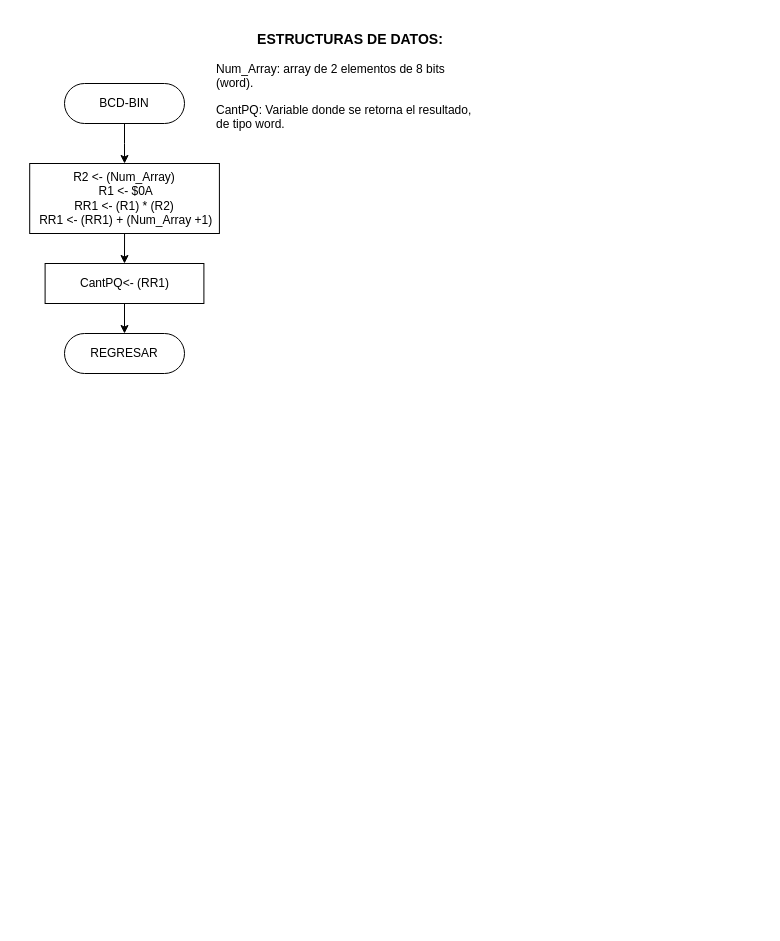
Above: Tareas/T5/diagramas/drawio/BCD-BIN.drawio in moisotico/Microprocesadores (draw.io), before the change. Source tidied: cells renumbered, new cells numbered last; positions are measured from the earlier drawing's top-left corner, leaving out a move shared by most shapes. Both pictures are drawn from the tidied source at 100%, with x=0, y=0 at pixel (29, 43).
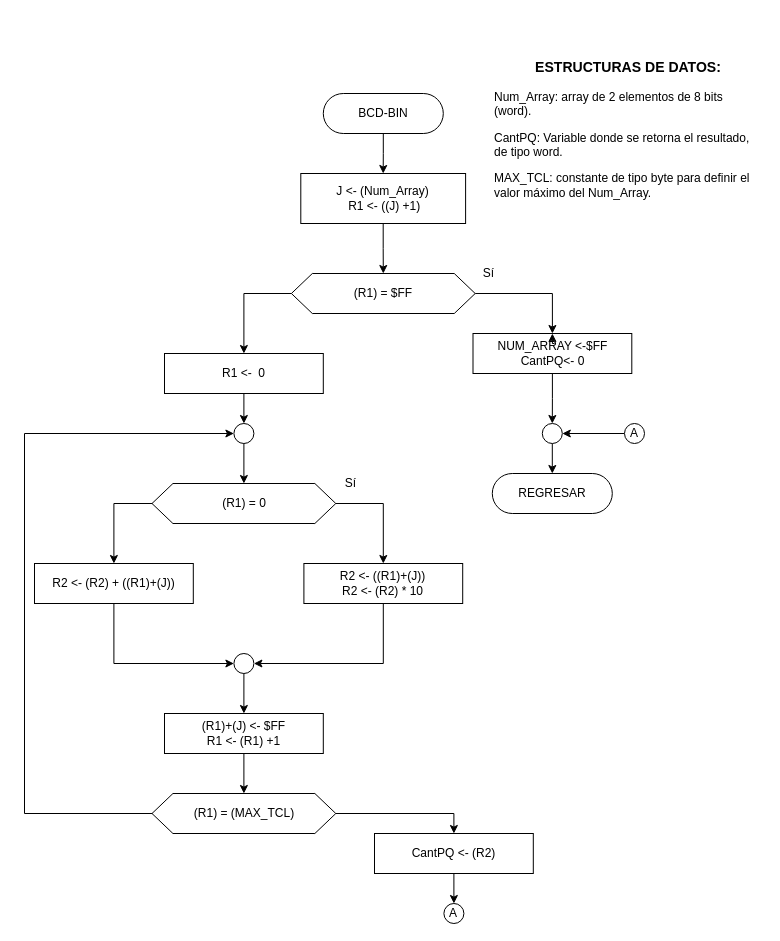
After the change.

What changed in the source:
```diff
@@
     <mxCell id="3" value="BCD-BIN" style="rounded=1;whiteSpace=wrap;html=1;fontSize=12;glass=0;strokeWidth=1;shadow=0;arcSize=50;" parent="1" vertex="1">
-      <mxGeometry x="35" y="40" width="120" height="40" as="geometry" />
+      <mxGeometry x="293.8" y="50" width="120" height="40" as="geometry" />
     </mxCell>
-    <mxCell id="4" value="&lt;h3 style=&quot;text-align: center&quot;&gt;ESTRUCTURAS DE DATOS:&lt;/h3&gt;&lt;p&gt;Num_Array: array de 2 elementos de 8 bits (word).&lt;/p&gt;&lt;p&gt;&lt;span&gt;CantPQ: Variable donde se retorna el resultado, de tipo word.&amp;nbsp;&lt;/span&gt;&lt;br&gt;&lt;/p&gt;&lt;p&gt;&lt;br&gt;&lt;/p&gt;" style="text;html=1;strokeColor=none;fillColor=none;align=left;verticalAlign=middle;whiteSpace=wrap;rounded=0;" parent="1" vertex="1">
-      <mxGeometry x="184.7" width="270" height="100" as="geometry" />
+    <mxCell id="4" value="&lt;h3 style=&quot;text-align: center&quot;&gt;ESTRUCTURAS DE DATOS:&lt;/h3&gt;&lt;p&gt;Num_Array: array de 2 elementos de 8 bits (word).&lt;/p&gt;&lt;p&gt;&lt;span&gt;CantPQ: Variable donde se retorna el resultado, de tipo word.&amp;nbsp;&lt;/span&gt;&lt;br&gt;&lt;/p&gt;&lt;p&gt;MAX_TCL: constante de tipo byte para definir el valor máximo del Num_Array.&lt;/p&gt;" style="text;html=1;strokeColor=none;fillColor=none;align=left;verticalAlign=middle;whiteSpace=wrap;rounded=0;" parent="1" vertex="1">
+      <mxGeometry x="462.8" y="10" width="270" height="150" as="geometry" />
     </mxCell>
-    <mxCell id="5" style="edgeStyle=orthogonalEdgeStyle;rounded=0;jettySize=auto;html=1;exitX=0.5;exitY=1;exitDx=0;exitDy=0;entryX=0.5;entryY=0;entryDx=0;entryDy=0;" parent="1" edge="1" source="6" target="8">
-      <mxGeometry relative="1" as="geometry" />
-    </mxCell>
+    <mxCell id="10" style="edgeStyle=orthogonalEdgeStyle;rounded=0;jettySize=auto;html=1;exitX=0.5;exitY=1;exitDx=0;exitDy=0;" parent="1" edge="1" source="6" target="14">
+      <mxGeometry relative="1" as="geometry" />
+    </mxCell>
-    <mxCell id="6" value="R2 &amp;lt;- (Num_Array)&lt;br&gt;&amp;nbsp;R1 &amp;lt;- $0A&lt;br&gt;RR1 &amp;lt;- (R1) * (R2)&lt;br&gt;&amp;nbsp;RR1 &amp;lt;- (RR1) + (Num_Array +1)" style="rounded=0;whiteSpace=wrap;html=1;" parent="1" vertex="1">
-      <mxGeometry x="0.2" y="120" width="189.7" height="70" as="geometry" />
+    <mxCell id="6" value="J &amp;lt;- (Num_Array)&lt;br&gt;&amp;nbsp;R1 &amp;lt;- ((J) +1)&lt;br&gt;" style="rounded=0;whiteSpace=wrap;html=1;" parent="1" vertex="1">
+      <mxGeometry x="271.3" y="130" width="164.8" height="50" as="geometry" />
     </mxCell>
-    <mxCell id="7" style="edgeStyle=orthogonalEdgeStyle;rounded=0;jettySize=auto;html=1;exitX=0.5;exitY=1;exitDx=0;exitDy=0;entryX=0.5;entryY=0;entryDx=0;entryDy=0;" parent="1" edge="1" source="8" target="9">
-      <mxGeometry relative="1" as="geometry" />
-    </mxCell>
+    <mxCell id="11" style="edgeStyle=orthogonalEdgeStyle;rounded=0;jettySize=auto;html=1;exitX=0.5;exitY=1;exitDx=0;exitDy=0;entryX=0.5;entryY=0;entryDx=0;entryDy=0;" parent="1" edge="1" source="8" target="39">
+      <mxGeometry relative="1" as="geometry" />
+    </mxCell>
-    <mxCell id="8" value="CantPQ&amp;lt;- (RR1)" style="rounded=0;whiteSpace=wrap;html=1;" parent="1" vertex="1">
-      <mxGeometry x="15.6" y="220" width="158.8" height="40" as="geometry" />
+    <mxCell id="8" value="NUM_ARRAY &amp;lt;-$FF&lt;br&gt;CantPQ&amp;lt;- 0" style="rounded=0;whiteSpace=wrap;html=1;" parent="1" vertex="1">
+      <mxGeometry x="443.5" y="290" width="158.8" height="40" as="geometry" />
     </mxCell>
     <mxCell id="9" value="REGRESAR" style="rounded=1;whiteSpace=wrap;html=1;fontSize=12;glass=0;strokeWidth=1;shadow=0;arcSize=50;" parent="1" vertex="1">
-      <mxGeometry x="35" y="290" width="120" height="40" as="geometry" />
+      <mxGeometry x="462.8" y="430" width="120" height="40" as="geometry" />
     </mxCell>
+    <mxCell id="12" style="edgeStyle=orthogonalEdgeStyle;rounded=0;jettySize=auto;html=1;exitX=0;exitY=0.5;exitDx=0;exitDy=0;" parent="1" edge="1" source="14" target="17">
+      <mxGeometry relative="1" as="geometry" />
+    </mxCell>
+    <mxCell id="13" style="edgeStyle=orthogonalEdgeStyle;rounded=0;jettySize=auto;html=1;exitX=1;exitY=0.5;exitDx=0;exitDy=0;entryX=0.5;entryY=0;entryDx=0;entryDy=0;" parent="1" edge="1" source="14" target="8">
+      <mxGeometry relative="1" as="geometry" />
+    </mxCell>
+    <mxCell id="14" value="(R1) = $FF" style="shape=hexagon;perimeter=hexagonPerimeter2;whiteSpace=wrap;html=1;size=0.11394117647058827;" parent="1" vertex="1">
+      <mxGeometry x="261.9" y="230" width="183.8" height="40" as="geometry" />
+    </mxCell>
+    <mxCell id="15" value="Sí" style="text;html=1;align=center;verticalAlign=middle;" parent="1" vertex="1">
+      <mxGeometry x="443.5" y="220" width="30" height="20" as="geometry" />
+    </mxCell>
+    <mxCell id="16" style="edgeStyle=orthogonalEdgeStyle;rounded=0;jettySize=auto;html=1;exitX=0.5;exitY=1;exitDx=0;exitDy=0;entryX=0.5;entryY=0;entryDx=0;entryDy=0;" parent="1" edge="1" source="17" target="22">
+      <mxGeometry relative="1" as="geometry" />
+    </mxCell>
+    <mxCell id="17" value="R1 &amp;lt;-&amp;nbsp; 0" style="rounded=0;whiteSpace=wrap;html=1;" parent="1" vertex="1">
+      <mxGeometry x="135" y="310" width="158.8" height="40" as="geometry" />
+    </mxCell>
+    <mxCell id="18" style="edgeStyle=orthogonalEdgeStyle;rounded=0;jettySize=auto;html=1;exitX=0;exitY=0.5;exitDx=0;exitDy=0;" parent="1" edge="1" source="20" target="27">
+      <mxGeometry relative="1" as="geometry" />
+    </mxCell>
+    <mxCell id="19" style="edgeStyle=orthogonalEdgeStyle;rounded=0;jettySize=auto;html=1;exitX=1;exitY=0.5;exitDx=0;exitDy=0;" parent="1" edge="1" source="20" target="25">
+      <mxGeometry relative="1" as="geometry" />
+    </mxCell>
+    <mxCell id="20" value="(R1) = 0" style="shape=hexagon;perimeter=hexagonPerimeter2;whiteSpace=wrap;html=1;size=0.11394117647058827;" parent="1" vertex="1">
+      <mxGeometry x="122.5" y="440" width="183.8" height="40" as="geometry" />
+    </mxCell>
+    <mxCell id="21" style="edgeStyle=orthogonalEdgeStyle;rounded=0;jettySize=auto;html=1;exitX=0.5;exitY=1;exitDx=0;exitDy=0;entryX=0.5;entryY=0;entryDx=0;entryDy=0;" parent="1" edge="1" source="22" target="20">
+      <mxGeometry relative="1" as="geometry" />
+    </mxCell>
+    <mxCell id="22" style="ellipse;whiteSpace=wrap;html=1;" parent="1" vertex="1">
+      <mxGeometry x="204.4" y="380" width="20" height="20" as="geometry" />
+    </mxCell>
+    <mxCell id="23" value="Sí" style="text;html=1;align=center;verticalAlign=middle;" parent="1" vertex="1">
+      <mxGeometry x="306.3" y="430" width="30" height="20" as="geometry" />
+    </mxCell>
+    <mxCell id="24" style="edgeStyle=orthogonalEdgeStyle;rounded=0;jettySize=auto;html=1;exitX=0.5;exitY=1;exitDx=0;exitDy=0;entryX=1;entryY=0.5;entryDx=0;entryDy=0;" parent="1" edge="1" source="25" target="29">
+      <mxGeometry relative="1" as="geometry" />
+    </mxCell>
+    <mxCell id="25" value="R2 &amp;lt;- ((R1)+(J))&lt;br&gt;R2 &amp;lt;- (R2) * 10" style="rounded=0;whiteSpace=wrap;html=1;" parent="1" vertex="1">
+      <mxGeometry x="274.4" y="520" width="158.8" height="40" as="geometry" />
+    </mxCell>
+    <mxCell id="26" style="edgeStyle=orthogonalEdgeStyle;rounded=0;jettySize=auto;html=1;exitX=0.5;exitY=1;exitDx=0;exitDy=0;entryX=0;entryY=0.5;entryDx=0;entryDy=0;" parent="1" edge="1" source="27" target="29">
+      <mxGeometry relative="1" as="geometry" />
+    </mxCell>
+    <mxCell id="27" value="&lt;span&gt;R2 &amp;lt;- (R2) + ((R1)+(J))&lt;/span&gt;" style="rounded=0;whiteSpace=wrap;html=1;" parent="1" vertex="1">
+      <mxGeometry x="5" y="520" width="158.8" height="40" as="geometry" />
+    </mxCell>
+    <mxCell id="28" style="edgeStyle=orthogonalEdgeStyle;rounded=0;jettySize=auto;html=1;exitX=0.5;exitY=1;exitDx=0;exitDy=0;" parent="1" edge="1" source="29" target="31">
+      <mxGeometry relative="1" as="geometry" />
+    </mxCell>
+    <mxCell id="29" style="ellipse;whiteSpace=wrap;html=1;" parent="1" vertex="1">
+      <mxGeometry x="204.4" y="610" width="20" height="20" as="geometry" />
+    </mxCell>
+    <mxCell id="30" style="edgeStyle=orthogonalEdgeStyle;rounded=0;jettySize=auto;html=1;exitX=0.5;exitY=1;exitDx=0;exitDy=0;" parent="1" edge="1" source="31" target="34">
+      <mxGeometry relative="1" as="geometry" />
+    </mxCell>
+    <mxCell id="31" value="(R1)+(J) &amp;lt;- $FF&lt;br&gt;R1 &amp;lt;- (R1) +1" style="rounded=0;whiteSpace=wrap;html=1;" parent="1" vertex="1">
+      <mxGeometry x="135" y="670" width="158.8" height="40" as="geometry" />
+    </mxCell>
+    <mxCell id="32" style="edgeStyle=orthogonalEdgeStyle;rounded=0;jettySize=auto;html=1;exitX=0;exitY=0.5;exitDx=0;exitDy=0;entryX=0;entryY=0.5;entryDx=0;entryDy=0;" parent="1" edge="1" source="34" target="22">
+      <mxGeometry relative="1" as="geometry">
+        <Array as="points">
+          <mxPoint x="-5" y="770" />
+          <mxPoint x="-5" y="390" />
+        </Array>
+      </mxGeometry>
+    </mxCell>
+    <mxCell id="33" style="edgeStyle=orthogonalEdgeStyle;rounded=0;jettySize=auto;html=1;exitX=1;exitY=0.5;exitDx=0;exitDy=0;entryX=0.5;entryY=0;entryDx=0;entryDy=0;" parent="1" edge="1" source="34" target="36">
+      <mxGeometry relative="1" as="geometry" />
+    </mxCell>
+    <mxCell id="34" value="(R1) = (MAX_TCL)" style="shape=hexagon;perimeter=hexagonPerimeter2;whiteSpace=wrap;html=1;size=0.11394117647058827;" parent="1" vertex="1">
+      <mxGeometry x="122.5" y="750" width="183.8" height="40" as="geometry" />
+    </mxCell>
+    <mxCell id="35" style="edgeStyle=orthogonalEdgeStyle;rounded=0;jettySize=auto;html=1;exitX=0.5;exitY=1;exitDx=0;exitDy=0;entryX=0.5;entryY=0;entryDx=0;entryDy=0;" parent="1" edge="1" source="36" target="42">
+      <mxGeometry relative="1" as="geometry" />
+    </mxCell>
+    <mxCell id="36" value="CantPQ&amp;nbsp;&amp;lt;- (R2)" style="rounded=0;whiteSpace=wrap;html=1;" parent="1" vertex="1">
+      <mxGeometry x="345" y="790" width="158.8" height="40" as="geometry" />
+    </mxCell>
+    <mxCell id="37" style="edgeStyle=orthogonalEdgeStyle;rounded=0;jettySize=auto;html=1;exitX=0.5;exitY=1;exitDx=0;exitDy=0;entryX=0.5;entryY=0;entryDx=0;entryDy=0;" parent="1" edge="1" target="8">
+      <mxGeometry relative="1" as="geometry">
+        <mxPoint x="525" y="300" as="sourcePoint" />
+      </mxGeometry>
+    </mxCell>
+    <mxCell id="38" style="edgeStyle=orthogonalEdgeStyle;rounded=0;jettySize=auto;html=1;exitX=0.5;exitY=1;exitDx=0;exitDy=0;entryX=0.5;entryY=0;entryDx=0;entryDy=0;" parent="1" edge="1" source="39" target="9">
+      <mxGeometry relative="1" as="geometry" />
+    </mxCell>
+    <mxCell id="39" style="ellipse;whiteSpace=wrap;html=1;" parent="1" vertex="1">
+      <mxGeometry x="512.8" y="380" width="20" height="20" as="geometry" />
+    </mxCell>
+    <mxCell id="40" style="edgeStyle=orthogonalEdgeStyle;rounded=0;jettySize=auto;html=1;" parent="1" edge="1" source="41" target="39">
+      <mxGeometry relative="1" as="geometry" />
+    </mxCell>
+    <mxCell id="41" value="A" style="ellipse;whiteSpace=wrap;html=1;" parent="1" vertex="1">
+      <mxGeometry x="595" y="380" width="20" height="20" as="geometry" />
+    </mxCell>
+    <mxCell id="42" value="A" style="ellipse;whiteSpace=wrap;html=1;" parent="1" vertex="1">
+      <mxGeometry x="414.4" y="860" width="20" height="20" as="geometry" />
+    </mxCell>
```
